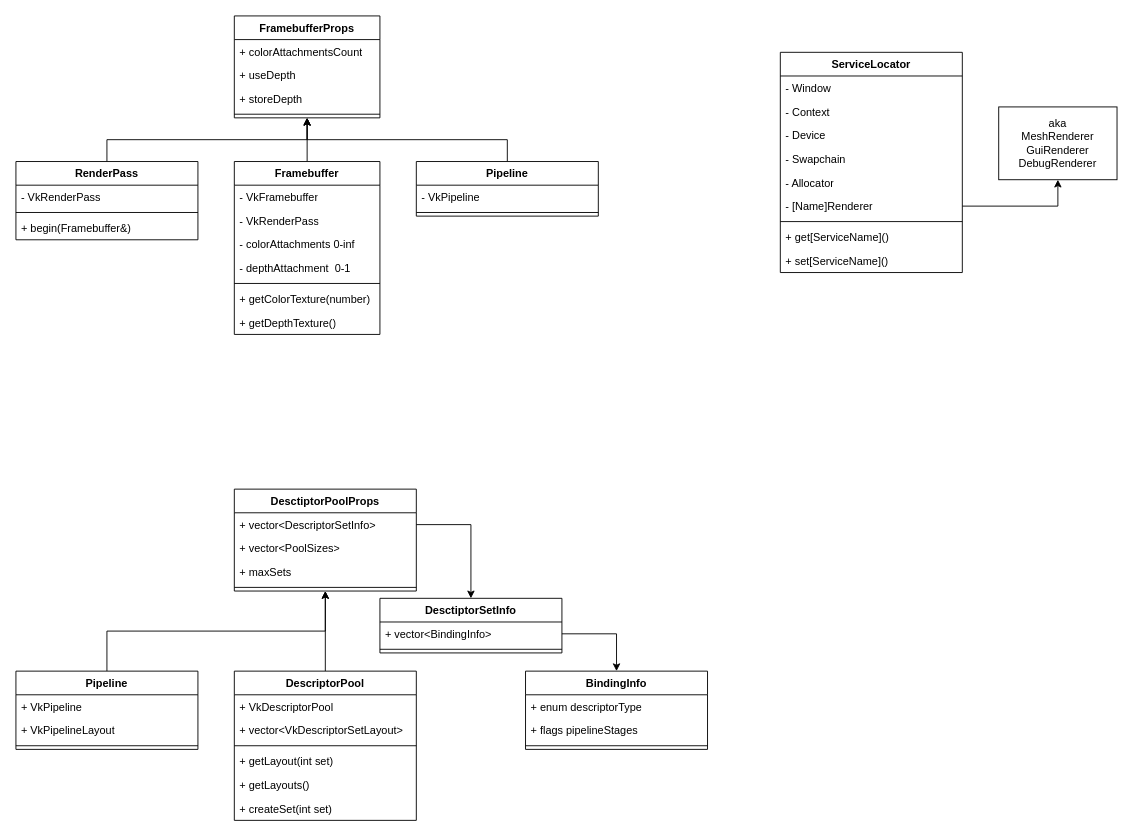
The draw.io diagram docs/uml/general.drawio in aDron1990/vk, before the edit. Source tidied: cells renumbered, new cells numbered last; positions are measured from the earlier drawing's top-left corner, leaving out a move shared by most shapes. Both pictures are drawn from the tidied source at 91%, with x=0, y=0 at pixel (15, 15).
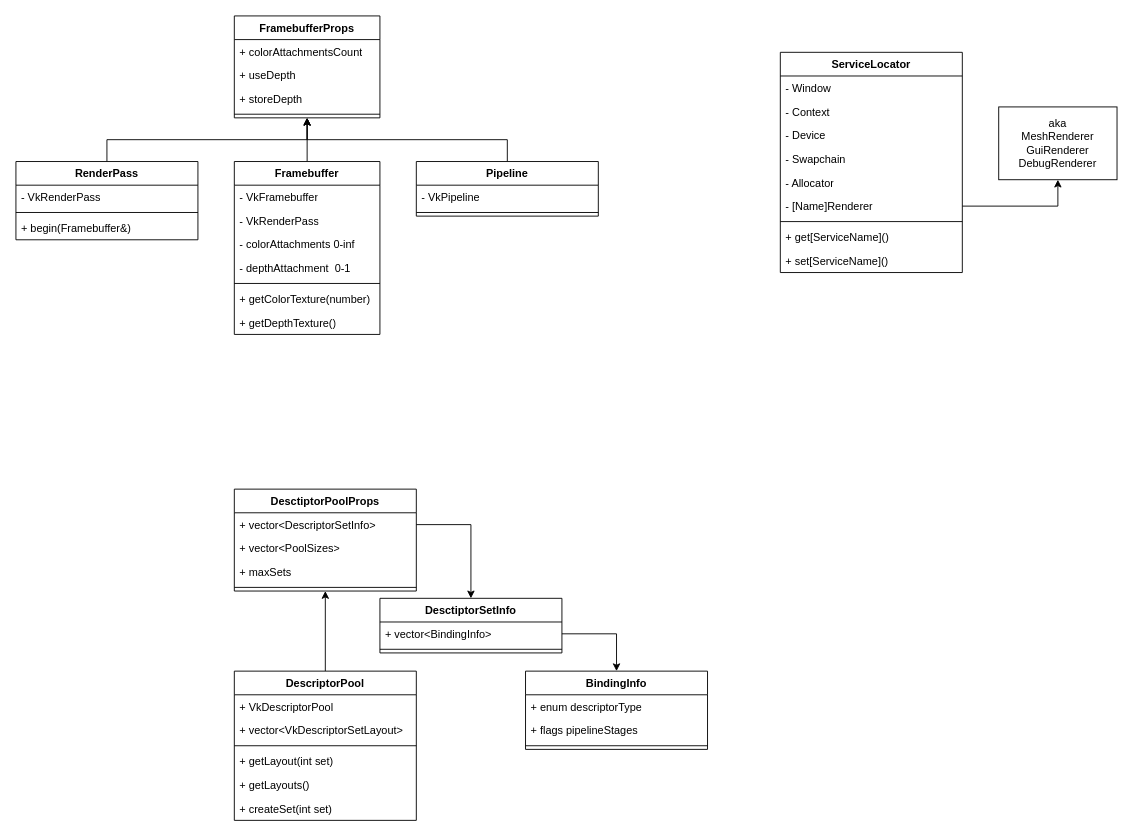
The same diagram, later.

The change refers to these unchanged cells:
```xml
<mxCell id="45" value="DesctiptorPoolProps" style="swimlane;fontStyle=1;align=center;verticalAlign=top;horizontal=1;startSize=26;whiteSpace=wrap;html=1;" parent="1" vertex="1">
  <mxGeometry x="240" y="520" width="200" height="112" as="geometry" />
</mxCell>
```

Change to the diagram source:
```diff
@@
-    <mxCell id="25" style="edgeStyle=orthogonalEdgeStyle;rounded=0;jettySize=auto;html=1;exitX=0.5;exitY=0;exitDx=0;exitDy=0;entryX=0.5;entryY=1;entryDx=0;entryDy=0;" parent="1" edge="1" source="26" target="45">
-      <mxGeometry relative="1" as="geometry" />
-    </mxCell>
-    <mxCell id="26" value="Pipeline" style="swimlane;fontStyle=1;align=center;verticalAlign=top;horizontal=1;startSize=26;whiteSpace=wrap;html=1;" parent="1" vertex="1">
-      <mxGeometry y="720" width="200" height="86" as="geometry" />
-    </mxCell>
-    <mxCell id="27" value="+ VkPipeline" style="text;strokeColor=none;fillColor=none;align=left;verticalAlign=top;spacingLeft=4;spacingRight=4;overflow=hidden;whiteSpace=wrap;html=1;" parent="26" vertex="1">
-      <mxGeometry y="26" width="200" height="26" as="geometry" />
-    </mxCell>
-    <mxCell id="28" value="+ VkPipelineLayout" style="text;strokeColor=none;fillColor=none;align=left;verticalAlign=top;spacingLeft=4;spacingRight=4;overflow=hidden;whiteSpace=wrap;html=1;" parent="26" vertex="1">
-      <mxGeometry y="52" width="200" height="26" as="geometry" />
-    </mxCell>
-    <mxCell id="29" style="line;strokeWidth=1;fillColor=none;align=left;verticalAlign=middle;spacingTop=-1;spacingLeft=3;spacingRight=3;labelPosition=right;strokeColor=inherit;" parent="26" vertex="1">
-      <mxGeometry y="78" width="200" height="8" as="geometry" />
-    </mxCell>
```
